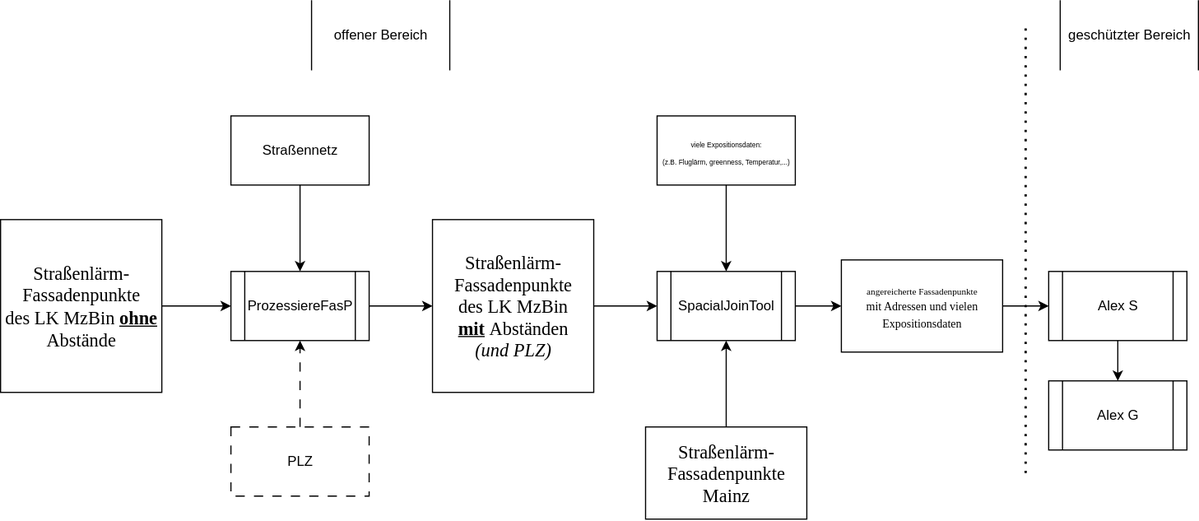
Earlier version of the draw.io export overall_workflow.drawio.svg (ExpohealthMainz/SpatialJoinTool). Source tidied: cells renumbered, new cells last; positions are measured from the earlier drawing's top-left corner, leaving out a move shared by most shapes.
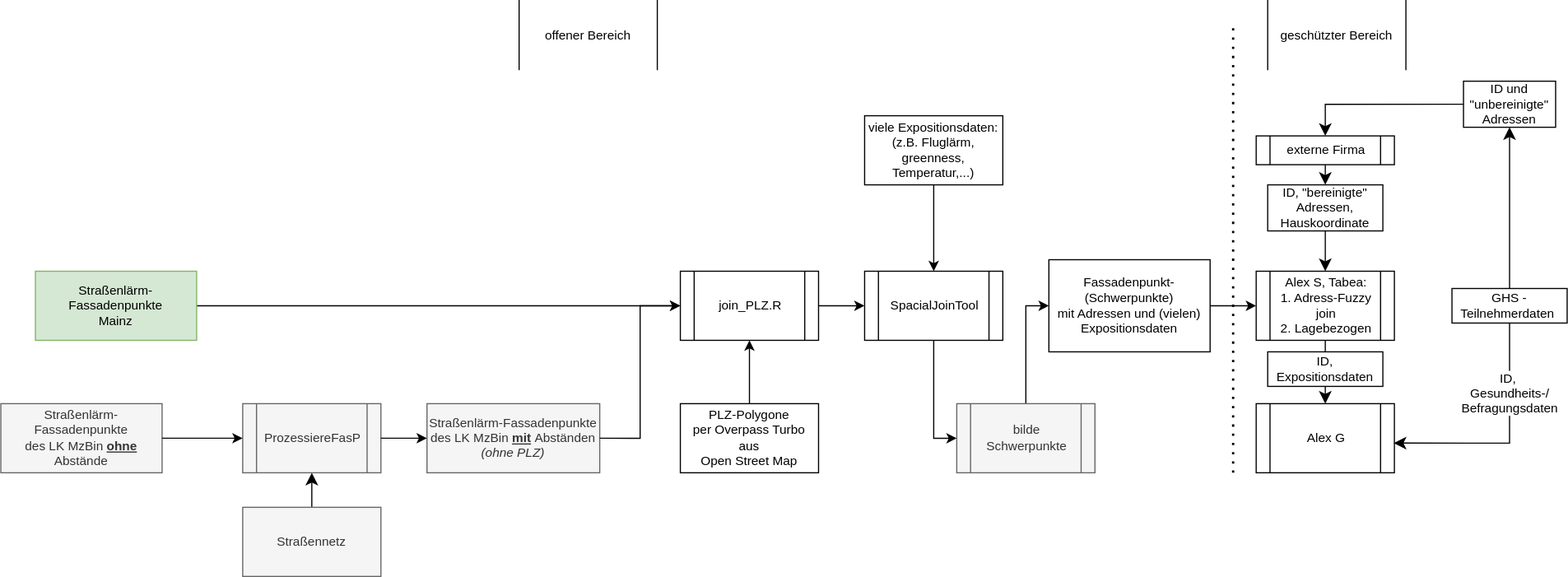
The same file after the commit.

Commit message:
Update workflow diagram

What changed in the source:
```diff
@@ -2,80 +2,132 @@
   <root>
     <mxCell id="0" />
     <mxCell id="1" parent="0" />
-    <mxCell id="2" value="&lt;span style=&quot;font-size:12.0pt;font-family:&amp;quot;Aptos&amp;quot;,serif;&lt;br/&gt;mso-fareast-font-family:Aptos;mso-fareast-theme-font:minor-latin;mso-bidi-font-family:&lt;br/&gt;Aptos;mso-ansi-language:DE;mso-fareast-language:EN-US;mso-bidi-language:AR-SA&quot;&gt;Straßenlärm-Fassadenpunkte&lt;br/&gt;des LK MzBin &lt;b&gt;&lt;u&gt;ohne&lt;/u&gt;&lt;/b&gt; Abstände&lt;/span&gt;" style="rounded=0;whiteSpace=wrap;html=1;" parent="1" vertex="1">
-      <mxGeometry y="190" width="140" height="150" as="geometry" />
+    <mxCell id="2" value="&lt;span&gt;Straßenlärm-Fassadenpunkte&lt;br&gt;des LK MzBin &lt;b&gt;&lt;u&gt;ohne&lt;/u&gt;&lt;/b&gt; Abstände&lt;/span&gt;" style="rounded=0;whiteSpace=wrap;html=1;fontFamily=Helvetica;fontSize=11;fillColor=#f5f5f5;fontColor=#333333;strokeColor=#666666;" parent="1" vertex="1">
+      <mxGeometry x="-530" y="340" width="140" height="60" as="geometry" />
     </mxCell>
-    <mxCell id="3" value="&lt;span style=&quot;font-size:12.0pt;font-family:&amp;quot;Aptos&amp;quot;,serif;&lt;br/&gt;mso-fareast-font-family:Aptos;mso-fareast-theme-font:minor-latin;mso-bidi-font-family:&lt;br/&gt;Aptos;mso-ansi-language:DE;mso-fareast-language:EN-US;mso-bidi-language:AR-SA&quot;&gt;Straßenlärm-Fassadenpunkte&lt;br&gt;des LK MzBin &lt;b&gt;&lt;u&gt;mit&lt;/u&gt;&lt;/b&gt;&amp;nbsp;Abständen&lt;/span&gt;&lt;div&gt;&lt;span style=&quot;font-size:12.0pt;font-family:&amp;quot;Aptos&amp;quot;,serif;&lt;br/&gt;mso-fareast-font-family:Aptos;mso-fareast-theme-font:minor-latin;mso-bidi-font-family:&lt;br/&gt;Aptos;mso-ansi-language:DE;mso-fareast-language:EN-US;mso-bidi-language:AR-SA&quot;&gt;&lt;i&gt;(und PLZ)&lt;/i&gt;&lt;/span&gt;&lt;/div&gt;" style="rounded=0;whiteSpace=wrap;html=1;" parent="1" vertex="1">
-      <mxGeometry x="375" y="190" width="140" height="150" as="geometry" />
+    <mxCell id="3" value="&lt;span&gt;Straßenlärm-Fassadenpunkte&lt;br&gt;des LK MzBin &lt;b&gt;&lt;u&gt;mit&lt;/u&gt;&lt;/b&gt;&amp;nbsp;Abständen&lt;/span&gt;&lt;div&gt;&lt;span&gt;&lt;i&gt;(ohne PLZ)&lt;/i&gt;&lt;/span&gt;&lt;/div&gt;" style="rounded=0;whiteSpace=wrap;html=1;fontFamily=Helvetica;fontSize=11;fillColor=#f5f5f5;fontColor=#333333;strokeColor=#666666;" parent="1" vertex="1">
+      <mxGeometry x="-160" y="340" width="150" height="60" as="geometry" />
     </mxCell>
-    <mxCell id="4" value="ProzessiereFasP" style="shape=process;whiteSpace=wrap;html=1;backgroundOutline=1;" parent="1" vertex="1">
-      <mxGeometry x="200" y="235" width="120" height="60" as="geometry" />
+    <mxCell id="4" value="ProzessiereFasP" style="shape=process;whiteSpace=wrap;html=1;backgroundOutline=1;fontFamily=Helvetica;fontSize=11;fillColor=#f5f5f5;fontColor=#333333;strokeColor=#666666;" parent="1" vertex="1">
+      <mxGeometry x="-320" y="340" width="120" height="60" as="geometry" />
     </mxCell>
+    <mxCell id="7" style="edgeStyle=none;curved=1;rounded=0;jettySize=auto;html=1;fontSize=12;startSize=8;endSize=8;" parent="1" edge="1" source="5" target="4">
+      <mxGeometry relative="1" as="geometry" />
+    </mxCell>
-    <mxCell id="5" value="Straßennetz" style="rounded=0;whiteSpace=wrap;html=1;" parent="1" vertex="1">
-      <mxGeometry x="200" y="100" width="120" height="60" as="geometry" />
+    <mxCell id="5" value="Straßennetz" style="rounded=0;whiteSpace=wrap;html=1;fontFamily=Helvetica;fontSize=11;fillColor=#f5f5f5;fontColor=#333333;strokeColor=#666666;" parent="1" vertex="1">
+      <mxGeometry x="-320" y="430" width="120" height="60" as="geometry" />
     </mxCell>
-    <mxCell id="6" style="endArrow=classic;html=1;rounded=0;entryX=0;entryY=0.5;entryDx=0;entryDy=0;" parent="1" edge="1" source="2" target="4">
+    <mxCell id="6" style="endArrow=classic;html=1;rounded=0;entryX=0;entryY=0.5;entryDx=0;entryDy=0;fontFamily=Helvetica;fontSize=11;" parent="1" edge="1" source="2" target="4">
       <mxGeometry relative="1" as="geometry" />
     </mxCell>
-    <mxCell id="7" style="endArrow=classic;html=1;rounded=0;exitX=0.5;exitY=1;exitDx=0;exitDy=0;entryX=0.5;entryY=0;entryDx=0;entryDy=0;" parent="1" edge="1" source="5" target="4">
-      <mxGeometry relative="1" as="geometry" />
-    </mxCell>
-    <mxCell id="8" style="endArrow=classic;html=1;rounded=0;entryX=0;entryY=0.5;entryDx=0;entryDy=0;exitX=1;exitY=0.5;exitDx=0;exitDy=0;" parent="1" edge="1" source="4" target="3">
+    <mxCell id="8" style="endArrow=classic;html=1;rounded=0;entryX=0;entryY=0.5;entryDx=0;entryDy=0;exitX=1;exitY=0.5;exitDx=0;exitDy=0;fontFamily=Helvetica;fontSize=11;" parent="1" edge="1" source="4" target="3">
       <mxGeometry relative="1" as="geometry" />
     </mxCell>
-    <mxCell id="9" value="PLZ" style="rounded=0;whiteSpace=wrap;html=1;dashed=1;dashPattern=8 8;" parent="1" vertex="1">
-      <mxGeometry x="200" y="370" width="120" height="60" as="geometry" />
-    </mxCell>
-    <mxCell id="10" style="endArrow=classic;html=1;rounded=0;exitX=0.5;exitY=0;exitDx=0;exitDy=0;entryX=0.5;entryY=1;entryDx=0;entryDy=0;dashed=1;dashPattern=8 8;" parent="1" edge="1" source="9" target="4">
-      <mxGeometry relative="1" as="geometry" />
-    </mxCell>
-    <mxCell id="11" style="edgeStyle=orthogonalEdgeStyle;rounded=0;jettySize=auto;html=1;" parent="1" edge="1" source="12" target="22">
+    <mxCell id="11" style="edgeStyle=orthogonalEdgeStyle;rounded=0;jettySize=auto;html=1;entryX=0;entryY=0.5;entryDx=0;entryDy=0;fontFamily=Helvetica;fontSize=11;" parent="1" edge="1" source="12" target="35">
       <mxGeometry relative="1" as="geometry" />
     </mxCell>
-    <mxCell id="12" value="SpacialJoinTool" style="shape=process;whiteSpace=wrap;html=1;backgroundOutline=1;" parent="1" vertex="1">
-      <mxGeometry x="570" y="235" width="120" height="60" as="geometry" />
+    <mxCell id="12" value="SpacialJoinTool" style="shape=process;whiteSpace=wrap;html=1;backgroundOutline=1;fontFamily=Helvetica;fontSize=11;" parent="1" vertex="1">
+      <mxGeometry x="220" y="225" width="120" height="60" as="geometry" />
     </mxCell>
-    <mxCell id="13" style="endArrow=classic;html=1;rounded=0;exitX=1;exitY=0.5;exitDx=0;exitDy=0;entryX=0;entryY=0.5;entryDx=0;entryDy=0;" parent="1" edge="1" source="3" target="12">
+    <mxCell id="13" style="endArrow=classic;html=1;rounded=0;exitX=1;exitY=0.5;exitDx=0;exitDy=0;entryX=0;entryY=0.5;entryDx=0;entryDy=0;fontFamily=Helvetica;fontSize=11;edgeStyle=orthogonalEdgeStyle;" parent="1" edge="1" source="3" target="27">
       <mxGeometry relative="1" as="geometry" />
     </mxCell>
-    <mxCell id="14" value="&lt;font style=&quot;font-size: 6px;&quot;&gt;viele Expositionsdaten:&lt;/font&gt;&lt;div&gt;&lt;font style=&quot;font-size: 6px;&quot;&gt;(z.B. Fluglärm, greenness, Temperatur,...)&lt;/font&gt;&lt;/div&gt;" style="rounded=0;whiteSpace=wrap;html=1;" parent="1" vertex="1">
-      <mxGeometry x="570" y="100" width="120" height="60" as="geometry" />
+    <mxCell id="14" value="&lt;font&gt;viele Expositionsdaten:&lt;/font&gt;&lt;div&gt;&lt;font&gt;(z.B. Fluglärm, greenness, Temperatur,...)&lt;/font&gt;&lt;/div&gt;" style="rounded=0;whiteSpace=wrap;html=1;fontFamily=Helvetica;fontSize=11;" parent="1" vertex="1">
+      <mxGeometry x="220" y="90" width="120" height="60" as="geometry" />
     </mxCell>
-    <mxCell id="15" style="endArrow=classic;html=1;rounded=0;entryX=0.5;entryY=0;entryDx=0;entryDy=0;" parent="1" edge="1" source="14" target="12">
+    <mxCell id="15" style="endArrow=classic;html=1;rounded=0;entryX=0.5;entryY=0;entryDx=0;entryDy=0;fontFamily=Helvetica;fontSize=11;" parent="1" edge="1" source="14" target="12">
       <mxGeometry relative="1" as="geometry" />
     </mxCell>
-    <mxCell id="16" style="endArrow=none;dashed=1;html=1;dashPattern=1 3;strokeWidth=2;rounded=0;" parent="1" edge="1">
+    <mxCell id="16" style="endArrow=none;dashed=1;html=1;dashPattern=1 3;strokeWidth=2;rounded=0;fontFamily=Helvetica;fontSize=11;" parent="1" edge="1">
       <mxGeometry relative="1" as="geometry">
-        <mxPoint x="890" y="410" as="sourcePoint" />
-        <mxPoint x="890" y="20" as="targetPoint" />
+        <mxPoint x="540" y="400" as="sourcePoint" />
+        <mxPoint x="540" y="10" as="targetPoint" />
       </mxGeometry>
     </mxCell>
-    <mxCell id="17" value="offener Bereich" style="shape=partialRectangle;whiteSpace=wrap;html=1;top=0;bottom=0;fillColor=none;" parent="1" vertex="1">
-      <mxGeometry x="270" width="120" height="60" as="geometry" />
+    <mxCell id="17" value="offener Bereich" style="shape=partialRectangle;whiteSpace=wrap;html=1;top=0;bottom=0;fillColor=none;fontFamily=Helvetica;fontSize=11;" parent="1" vertex="1">
+      <mxGeometry x="-80" y="-10" width="120" height="60" as="geometry" />
     </mxCell>
-    <mxCell id="18" value="geschützter Bereich" style="shape=partialRectangle;whiteSpace=wrap;html=1;top=0;bottom=0;fillColor=none;" parent="1" vertex="1">
-      <mxGeometry x="920" width="120" height="60" as="geometry" />
+    <mxCell id="18" value="geschützter Bereich" style="shape=partialRectangle;whiteSpace=wrap;html=1;top=0;bottom=0;fillColor=none;fontFamily=Helvetica;fontSize=11;" parent="1" vertex="1">
+      <mxGeometry x="570" y="-10" width="120" height="60" as="geometry" />
     </mxCell>
-    <mxCell id="19" style="edgeStyle=orthogonalEdgeStyle;rounded=0;jettySize=auto;html=1;" parent="1" edge="1" source="20" target="12">
+    <mxCell id="19" style="rounded=0;jettySize=auto;html=1;entryX=0;entryY=0.5;entryDx=0;entryDy=0;fontFamily=Helvetica;fontSize=11;" parent="1" edge="1" source="20" target="27">
       <mxGeometry relative="1" as="geometry" />
     </mxCell>
-    <mxCell id="20" value="&lt;span style=&quot;font-size:12.0pt;font-family:&amp;quot;Aptos&amp;quot;,serif;&lt;br/&gt;mso-fareast-font-family:Aptos;mso-fareast-theme-font:minor-latin;mso-bidi-font-family:&lt;br/&gt;Aptos;mso-ansi-language:DE;mso-fareast-language:EN-US;mso-bidi-language:AR-SA&quot;&gt;Straßenlärm-Fassadenpunkte&lt;br&gt;Mainz&lt;/span&gt;" style="rounded=0;whiteSpace=wrap;html=1;" parent="1" vertex="1">
-      <mxGeometry x="560" y="370" width="140" height="80" as="geometry" />
+    <mxCell id="20" value="&lt;span&gt;Straßenlärm-Fassadenpunkte&lt;br&gt;Mainz&lt;/span&gt;" style="rounded=0;whiteSpace=wrap;html=1;fontFamily=Helvetica;fontSize=11;fillColor=#d5e8d4;strokeColor=#82b366;" parent="1" vertex="1">
+      <mxGeometry x="-500" y="225" width="140" height="60" as="geometry" />
     </mxCell>
-    <mxCell id="21" style="edgeStyle=orthogonalEdgeStyle;rounded=0;jettySize=auto;html=1;" parent="1" edge="1" source="22" target="24">
+    <mxCell id="21" style="edgeStyle=orthogonalEdgeStyle;rounded=0;jettySize=auto;html=1;fontFamily=Helvetica;fontSize=11;" parent="1" edge="1" source="22" target="24">
       <mxGeometry relative="1" as="geometry" />
     </mxCell>
-    <mxCell id="22" value="&lt;font style=&quot;font-size: 8px;&quot; face=&quot;Aptos, serif&quot;&gt;angereicherte Fassadenpunkte&lt;/font&gt;&lt;div&gt;&lt;font style=&quot;font-size: 10px;&quot; face=&quot;Aptos, serif&quot;&gt;mit Adressen und vielen Expositionsdaten&lt;/font&gt;&lt;/div&gt;" style="rounded=0;whiteSpace=wrap;html=1;" parent="1" vertex="1">
-      <mxGeometry x="730" y="225" width="140" height="80" as="geometry" />
+    <mxCell id="22" value="&lt;font&gt;Fassadenpunkt-(Schwerpunkte)&lt;/font&gt;&lt;div&gt;&lt;font&gt;mit Adressen und (vielen) Expositionsdaten&lt;/font&gt;&lt;/div&gt;" style="rounded=0;whiteSpace=wrap;html=1;fontFamily=Helvetica;fontSize=11;" parent="1" vertex="1">
+      <mxGeometry x="380" y="215" width="140" height="80" as="geometry" />
     </mxCell>
-    <mxCell id="23" style="edgeStyle=orthogonalEdgeStyle;rounded=0;jettySize=auto;html=1;" parent="1" edge="1" source="24" target="25">
+    <mxCell id="23" style="edgeStyle=none;curved=1;rounded=0;jettySize=auto;html=1;fontSize=11;startSize=8;endSize=8;fontFamily=Helvetica;" parent="1" edge="1" source="24" target="25">
       <mxGeometry relative="1" as="geometry" />
     </mxCell>
-    <mxCell id="24" value="Alex S" style="shape=process;whiteSpace=wrap;html=1;backgroundOutline=1;" parent="1" vertex="1">
-      <mxGeometry x="910" y="235" width="120" height="60" as="geometry" />
+    <mxCell id="24" value="Alex S, Tabea:&lt;div&gt;1. Adress-Fuzzy join&lt;/div&gt;&lt;div&gt;2. Lagebezogen&lt;/div&gt;" style="shape=process;whiteSpace=wrap;html=1;backgroundOutline=1;fontFamily=Helvetica;fontSize=11;" parent="1" vertex="1">
+      <mxGeometry x="560" y="225" width="120" height="60" as="geometry" />
     </mxCell>
-    <mxCell id="25" value="Alex G" style="shape=process;whiteSpace=wrap;html=1;backgroundOutline=1;" parent="1" vertex="1">
-      <mxGeometry x="910" y="330" width="120" height="60" as="geometry" />
+    <mxCell id="25" value="Alex G" style="shape=process;whiteSpace=wrap;html=1;backgroundOutline=1;fontFamily=Helvetica;fontSize=11;" parent="1" vertex="1">
+      <mxGeometry x="560" y="340" width="120" height="60" as="geometry" />
     </mxCell>
+    <mxCell id="26" style="edgeStyle=orthogonalEdgeStyle;rounded=0;jettySize=auto;html=1;fontFamily=Helvetica;fontSize=11;" parent="1" edge="1" source="27" target="12">
+      <mxGeometry relative="1" as="geometry" />
+    </mxCell>
+    <mxCell id="27" value="join_PLZ.R" style="shape=process;whiteSpace=wrap;html=1;backgroundOutline=1;fontFamily=Helvetica;fontSize=11;" parent="1" vertex="1">
+      <mxGeometry x="60" y="225" width="120" height="60" as="geometry" />
+    </mxCell>
+    <mxCell id="28" value="PLZ-Polygone&lt;div&gt;per Overpass Turbo&lt;/div&gt;&lt;div&gt;aus&lt;/div&gt;&lt;div&gt;Open Street&amp;nbsp;&lt;span style=&quot;background-color: transparent; color: light-dark(rgb(0, 0, 0), rgb(255, 255, 255));&quot;&gt;Map&lt;/span&gt;&lt;/div&gt;" style="rounded=0;whiteSpace=wrap;html=1;fontFamily=Helvetica;fontSize=11;" parent="1" vertex="1">
+      <mxGeometry x="60" y="340" width="120" height="60" as="geometry" />
+    </mxCell>
+    <mxCell id="29" style="endArrow=classic;html=1;rounded=0;exitX=0.5;exitY=0;exitDx=0;exitDy=0;entryX=0.5;entryY=1;entryDx=0;entryDy=0;fontFamily=Helvetica;fontSize=11;" parent="1" edge="1" source="28" target="27">
+      <mxGeometry relative="1" as="geometry" />
+    </mxCell>
+    <mxCell id="30" style="edgeStyle=none;curved=1;rounded=0;jettySize=auto;html=1;fontSize=11;startSize=8;endSize=8;fontFamily=Helvetica;" parent="1" edge="1" source="33" target="38">
+      <mxGeometry relative="1" as="geometry" />
+    </mxCell>
+    <mxCell id="31" style="edgeStyle=orthogonalEdgeStyle;rounded=0;jettySize=auto;html=1;fontSize=11;startSize=8;endSize=8;entryX=0.995;entryY=0.57;entryDx=0;entryDy=0;entryPerimeter=0;fontFamily=Helvetica;" parent="1" edge="1" source="33" target="25">
+      <mxGeometry relative="1" as="geometry">
+        <Array as="points">
+          <mxPoint x="780" y="374" />
+        </Array>
+      </mxGeometry>
+    </mxCell>
+    <mxCell id="32" value="ID,&amp;nbsp;&lt;div&gt;Gesundheits-/&lt;/div&gt;&lt;div&gt;Befragungsdaten&lt;/div&gt;" style="edgeLabel;html=1;align=center;verticalAlign=middle;fontSize=11;fontFamily=Helvetica;" parent="31" vertex="1">
+      <mxGeometry x="-0.42" y="-1" relative="1" as="geometry" />
+    </mxCell>
+    <mxCell id="33" value="&lt;font&gt;GHS -Teilnehmerdaten&amp;nbsp;&lt;/font&gt;" style="rounded=0;whiteSpace=wrap;html=1;fontFamily=Helvetica;fontSize=11;" parent="1" vertex="1">
+      <mxGeometry x="730" y="240" width="100" height="30" as="geometry" />
+    </mxCell>
+    <mxCell id="34" style="edgeStyle=orthogonalEdgeStyle;rounded=0;jettySize=auto;html=1;entryX=0;entryY=0.5;entryDx=0;entryDy=0;fontFamily=Helvetica;fontSize=11;" parent="1" edge="1" source="35" target="22">
+      <mxGeometry relative="1" as="geometry" />
+    </mxCell>
+    <mxCell id="35" value="bilde Schwerpunkte" style="shape=process;whiteSpace=wrap;html=1;backgroundOutline=1;fontFamily=Helvetica;fontSize=11;fillColor=#f5f5f5;fontColor=#333333;strokeColor=#666666;" parent="1" vertex="1">
+      <mxGeometry x="300" y="340" width="120" height="60" as="geometry" />
+    </mxCell>
+    <mxCell id="36" style="edgeStyle=none;curved=1;rounded=0;jettySize=auto;html=1;fontSize=11;startSize=8;endSize=8;entryX=0.5;entryY=0;entryDx=0;entryDy=0;fontFamily=Helvetica;" parent="1" edge="1" source="37" target="41">
+      <mxGeometry relative="1" as="geometry" />
+    </mxCell>
+    <mxCell id="37" value="externe Firma" style="shape=process;whiteSpace=wrap;html=1;backgroundOutline=1;fontFamily=Helvetica;fontSize=11;" parent="1" vertex="1">
+      <mxGeometry x="560" y="107.5" width="120" height="25" as="geometry" />
+    </mxCell>
+    <mxCell id="38" value="&lt;font&gt;&lt;span&gt;ID und &quot;unbereinigte&quot;&lt;/span&gt;&lt;/font&gt;&lt;div&gt;&lt;font&gt;&lt;span&gt;Adressen&lt;/span&gt;&lt;/font&gt;&lt;/div&gt;" style="rounded=0;whiteSpace=wrap;html=1;fontFamily=Helvetica;fontSize=11;" parent="1" vertex="1">
+      <mxGeometry x="740" y="60" width="80" height="40" as="geometry" />
+    </mxCell>
+    <mxCell id="39" style="edgeStyle=orthogonalEdgeStyle;rounded=0;jettySize=auto;html=1;fontSize=11;startSize=8;endSize=8;exitX=0;exitY=0.5;exitDx=0;exitDy=0;entryX=0.5;entryY=0;entryDx=0;entryDy=0;fontFamily=Helvetica;" parent="1" edge="1" source="38" target="37">
+      <mxGeometry relative="1" as="geometry" />
+    </mxCell>
+    <mxCell id="40" style="edgeStyle=none;curved=1;rounded=0;jettySize=auto;html=1;fontSize=11;startSize=8;endSize=8;entryX=0.5;entryY=0;entryDx=0;entryDy=0;fontFamily=Helvetica;" parent="1" edge="1" source="41" target="24">
+      <mxGeometry relative="1" as="geometry" />
+    </mxCell>
+    <mxCell id="41" value="&lt;font&gt;&lt;span&gt;ID, &quot;bereinigte&quot;&lt;/span&gt;&lt;/font&gt;&lt;div&gt;&lt;font&gt;&lt;span&gt;Adressen, Hauskoordinate&lt;/span&gt;&lt;/font&gt;&lt;/div&gt;" style="rounded=0;whiteSpace=wrap;html=1;fontFamily=Helvetica;fontSize=11;" parent="1" vertex="1">
+      <mxGeometry x="570" y="150" width="100" height="40" as="geometry" />
+    </mxCell>
+    <mxCell id="42" value="&lt;font&gt;&lt;span&gt;ID, Expositionsdaten&lt;/span&gt;&lt;/font&gt;" style="rounded=0;whiteSpace=wrap;html=1;fontFamily=Helvetica;fontSize=11;" parent="1" vertex="1">
+      <mxGeometry x="570" y="295" width="100" height="30" as="geometry" />
+    </mxCell>
+    <mxCell id="43" style="edgeStyle=none;curved=1;rounded=0;orthogonalLoop=1;jettySize=auto;html=1;exitX=0.5;exitY=0;exitDx=0;exitDy=0;fontSize=12;startSize=8;endSize=8;" parent="1" edge="1" source="2" target="2">
+      <mxGeometry relative="1" as="geometry" />
+    </mxCell>
   </root>
 </mxGraphModel>
```
